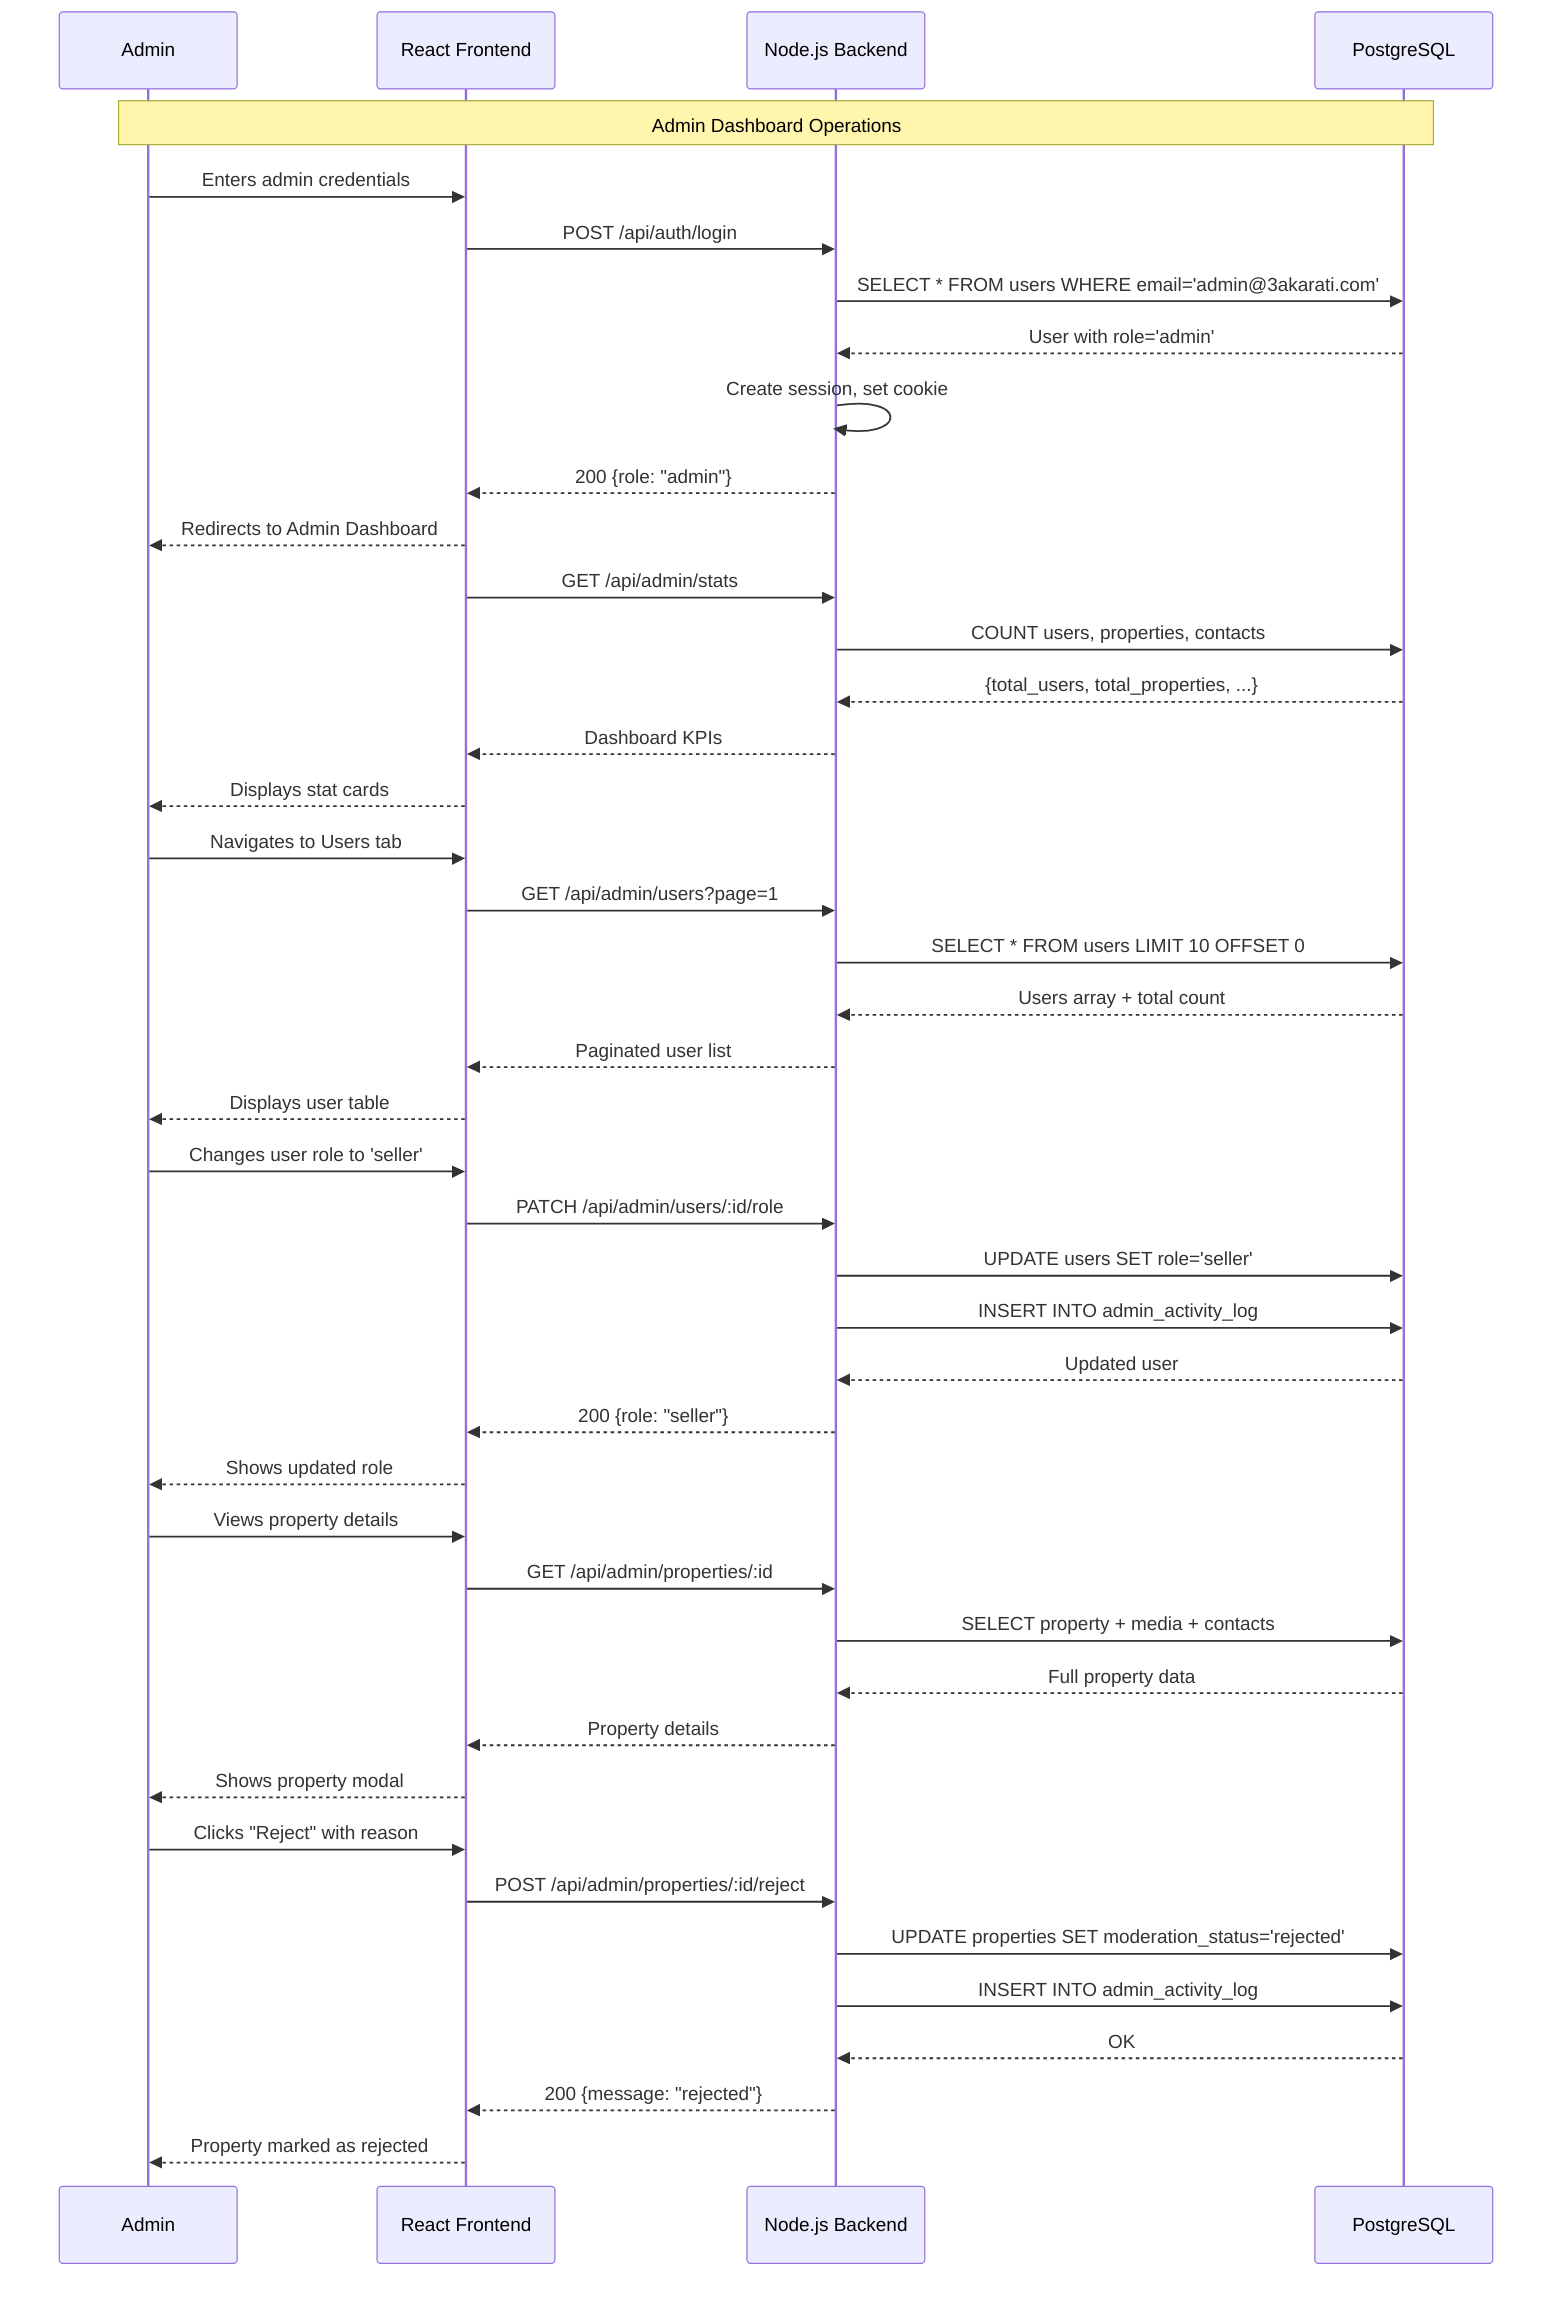
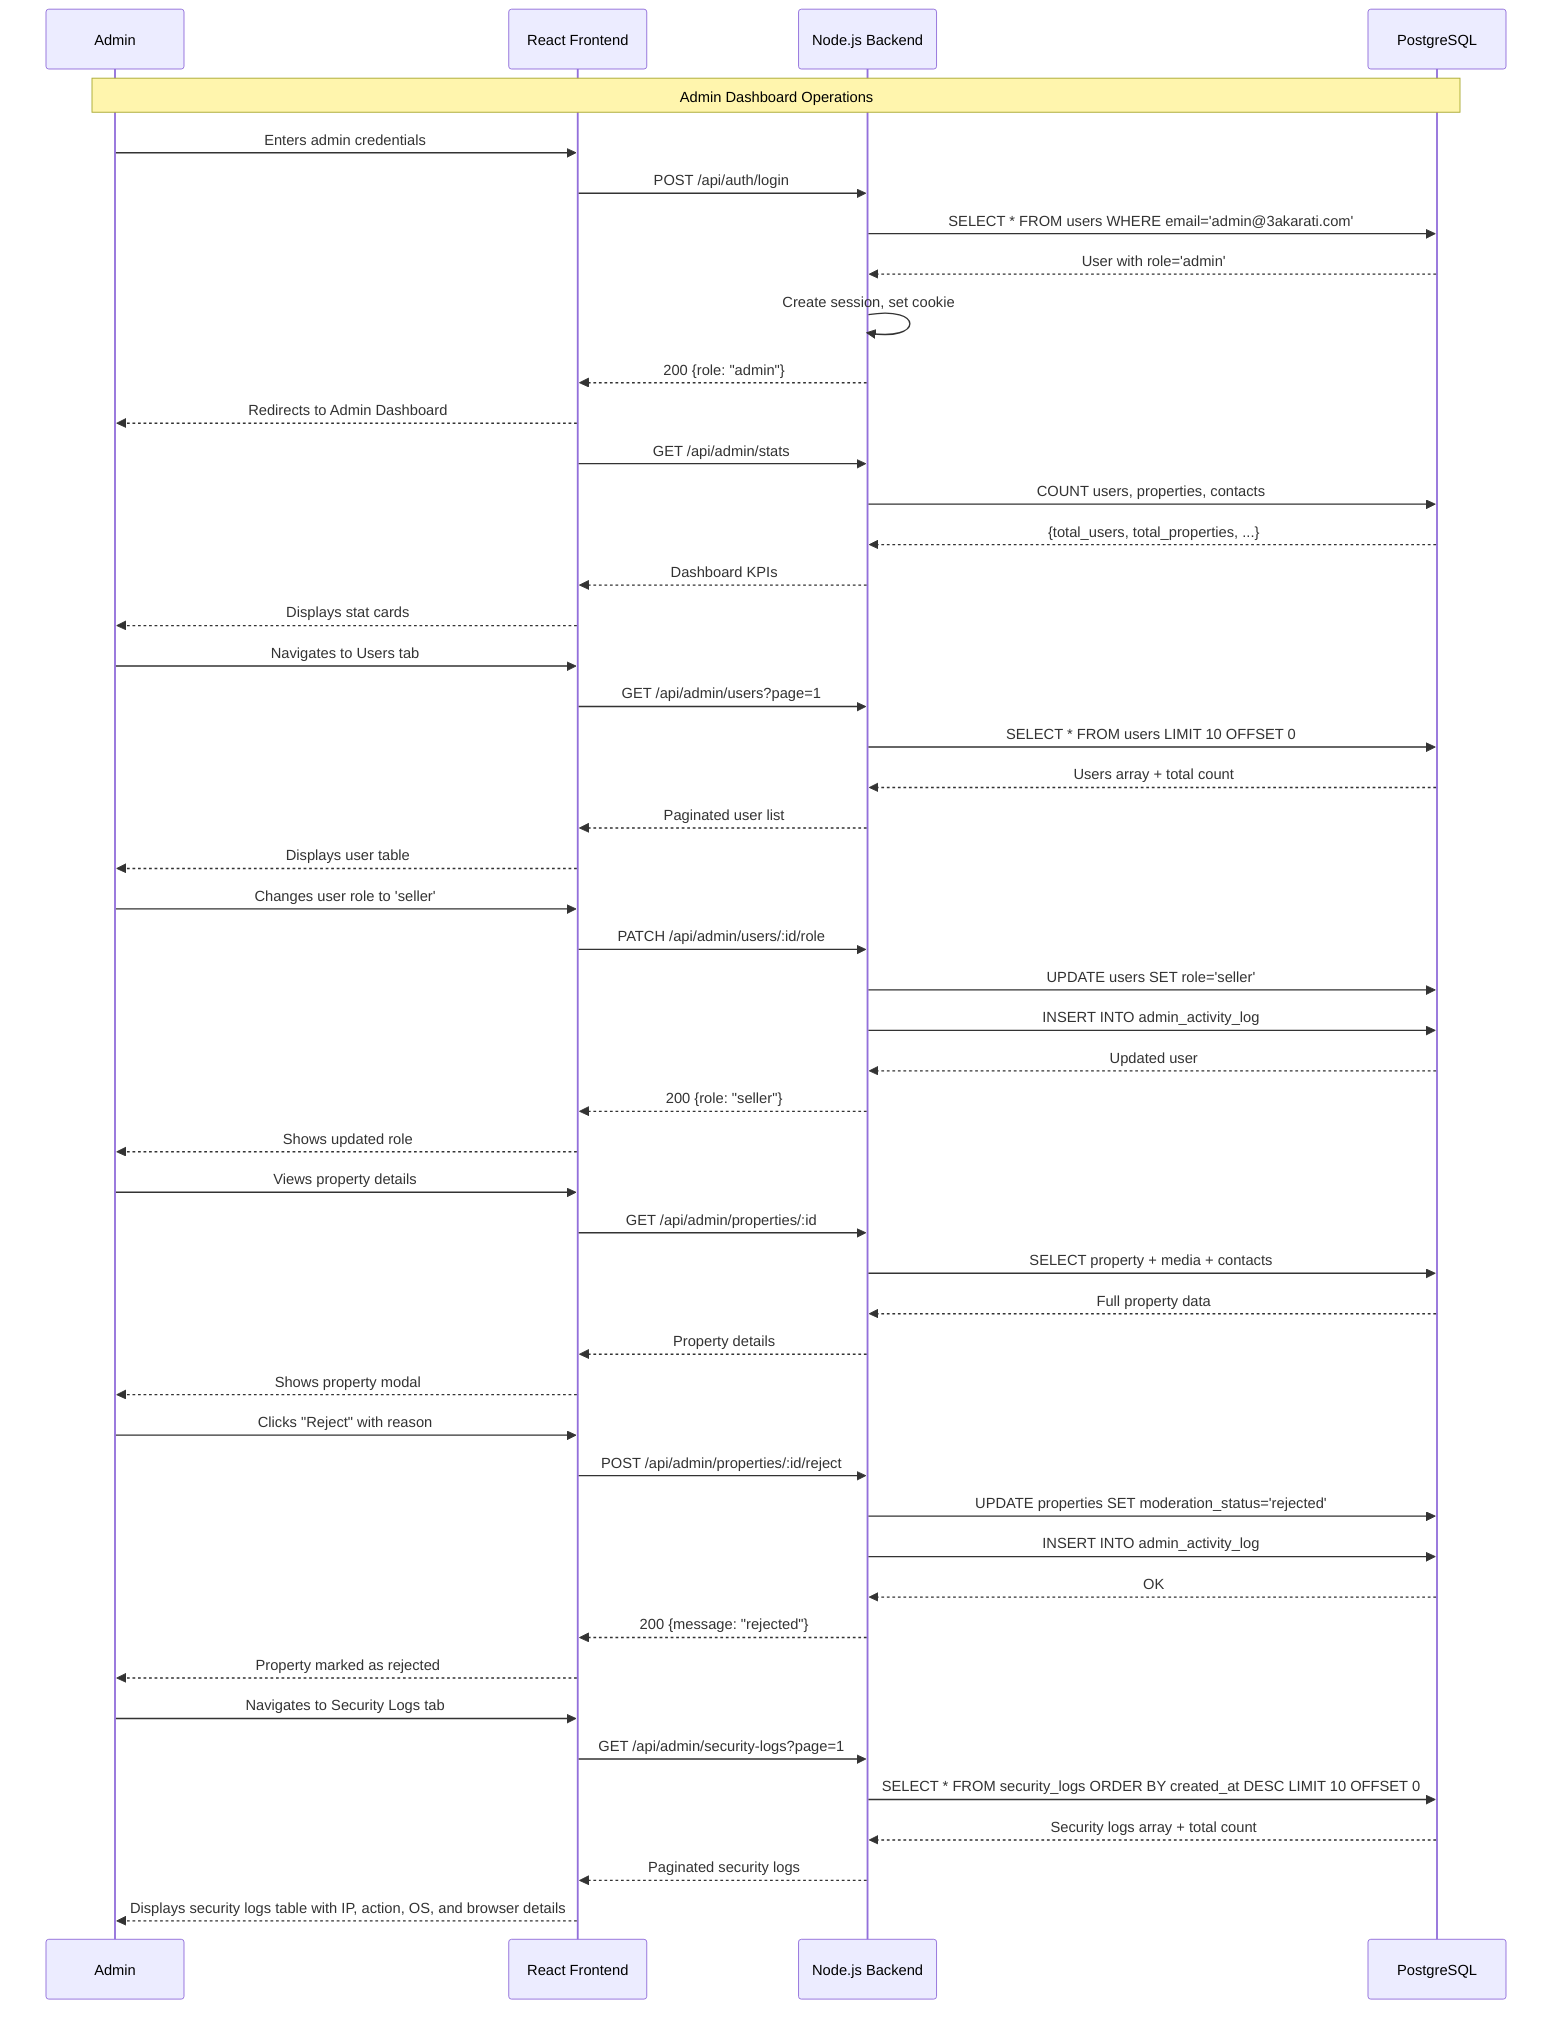
sequenceDiagram
    participant A as Admin
    participant F as React Frontend
    participant API as Node.js Backend
    participant DB as PostgreSQL

    Note over A,DB: Admin Dashboard Operations

    %% Login
    A->>F: Enters admin credentials
    F->>API: POST /api/auth/login
    API->>DB: SELECT * FROM users WHERE email='admin@3akarati.com'
    DB-->>API: User with role='admin'
    API->>API: Create session, set cookie
    API-->>F: 200 {role: "admin"}
    F-->>A: Redirects to Admin Dashboard

    %% Dashboard Stats
    F->>API: GET /api/admin/stats
    API->>DB: COUNT users, properties, contacts
    DB-->>API: {total_users, total_properties, ...}
    API-->>F: Dashboard KPIs
    F-->>A: Displays stat cards

    %% User Management
    A->>F: Navigates to Users tab
    F->>API: GET /api/admin/users?page=1
    API->>DB: SELECT * FROM users LIMIT 10 OFFSET 0
    DB-->>API: Users array + total count
    API-->>F: Paginated user list
    F-->>A: Displays user table

    %% Role Change
    A->>F: Changes user role to 'seller'
    F->>API: PATCH /api/admin/users/:id/role
    API->>DB: UPDATE users SET role='seller'
    API->>DB: INSERT INTO admin_activity_log
    DB-->>API: Updated user
    API-->>F: 200 {role: "seller"}
    F-->>A: Shows updated role

    %% Property Moderation
    A->>F: Views property details
    F->>API: GET /api/admin/properties/:id
    API->>DB: SELECT property + media + contacts
    DB-->>API: Full property data
    API-->>F: Property details
    F-->>A: Shows property modal

    A->>F: Clicks "Reject" with reason
    F->>API: POST /api/admin/properties/:id/reject
    API->>DB: UPDATE properties SET moderation_status='rejected'
    API->>DB: INSERT INTO admin_activity_log
    DB-->>API: OK
    API-->>F: 200 {message: "rejected"}
    F-->>A: Property marked as rejected
+ 
+     %% Security Logs
+     A->>F: Navigates to Security Logs tab
+     F->>API: GET /api/admin/security-logs?page=1
+     API->>DB: SELECT * FROM security_logs ORDER BY created_at DESC LIMIT 10 OFFSET 0
+     DB-->>API: Security logs array + total count
+     API-->>F: Paginated security logs
+     F-->>A: Displays security logs table with IP, action, OS, and browser details
